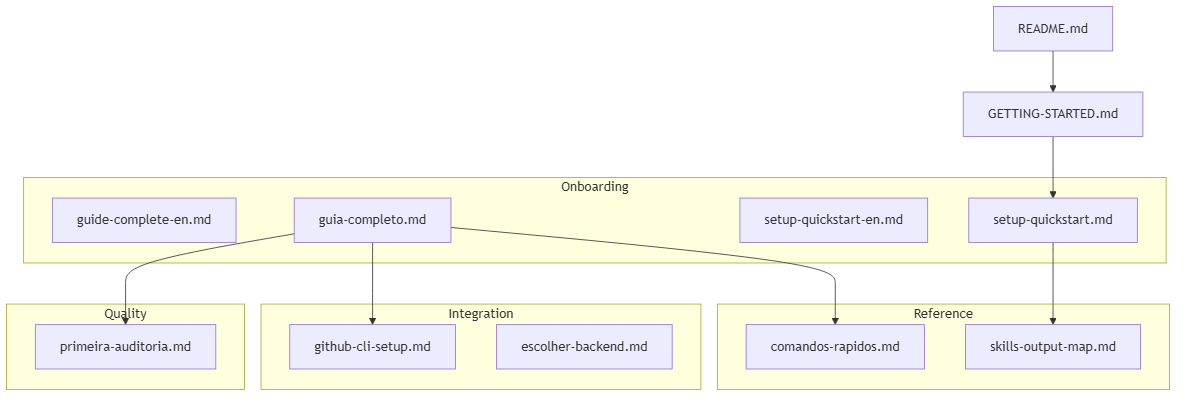
Earlier version of the Mermaid export .github/docs/assets/hyperion-docs-map.png (MatheusFelipeCorrea/Dev-Kit). Its source is kept beside it as .github/docs/assets/hyperion-docs-map.mmd. Source of this version:
```mermaid
flowchart TB
  GS["GETTING-STARTED.md"]
  README["README.md"]

  subgraph onboarding ["Onboarding"]
    GCEN["guide-complete-en.md"]
    GCPT["guia-completo.md"]
    SQEN["setup-quickstart-en.md"]
    SQPT["setup-quickstart.md"]
  end

  subgraph reference ["Reference"]
    CMD["comandos-rapidos.md"]
    SOM["skills-output-map.md"]
  end

  subgraph integration ["Integration"]
    GH["github-cli-setup.md"]
    BE["escolher-backend.md"]
  end

  subgraph quality ["Quality"]
    AU["primeira-auditoria.md"]
  end

  GS --> SQPT
  README --> GS
  GCPT --> CMD
  GCPT --> GH
  GCPT --> AU
  SQPT --> SOM
```
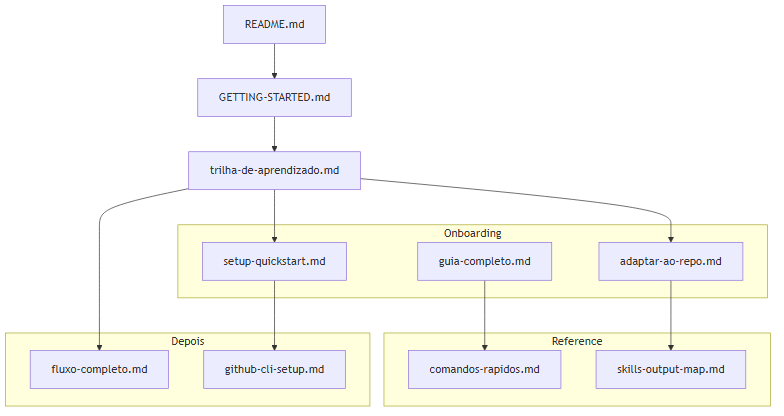
After the commit.

Change to the diagram source:
```diff
@@ -1,31 +1,30 @@
 flowchart TB
   GS["GETTING-STARTED.md"]
   README["README.md"]
+  TRILHA["trilha-de-aprendizado.md"]
 
   subgraph onboarding ["Onboarding"]
-    GCEN["guide-complete-en.md"]
-    GCPT["guia-completo.md"]
-    SQEN["setup-quickstart-en.md"]
-    SQPT["setup-quickstart.md"]
+    SETUP["setup-github.md"]
+    ADAPT["adaptar-ao-repo.md"]
   end
 
   subgraph reference ["Reference"]
     CMD["comandos-rapidos.md"]
+    CAT["catalogo-skills.md"]
     SOM["skills-output-map.md"]
   end
 
-  subgraph integration ["Integration"]
+  subgraph rest ["Depois"]
+    FLOW["fluxo-completo.md"]
     GH["github-cli-setup.md"]
-    BE["escolher-backend.md"]
   end
 
-  subgraph quality ["Quality"]
-    AU["primeira-auditoria.md"]
-  end
-
-  GS --> SQPT
   README --> GS
-  GCPT --> CMD
-  GCPT --> GH
-  GCPT --> AU
-  SQPT --> SOM
+  GS --> TRILHA
+  TRILHA --> SETUP
+  TRILHA --> ADAPT
+  TRILHA --> FLOW
+  SETUP --> GH
+  ADAPT --> SOM
+  TRILHA --> CAT
+  CAT --> CMD
```
